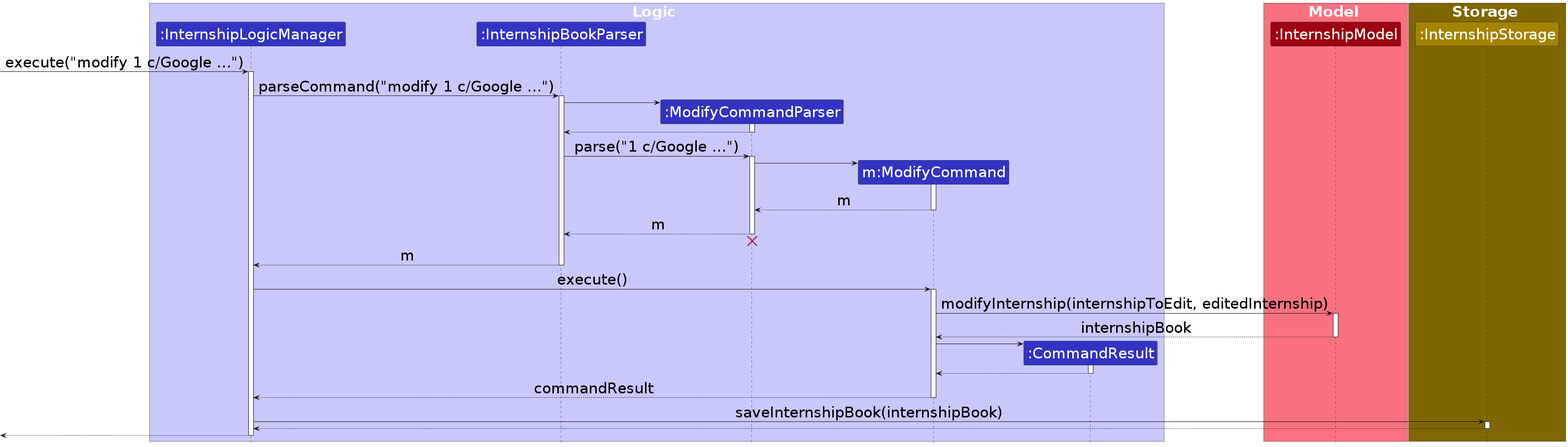
Earlier version of the PlantUML export diagrams/ModifySequenceDiagram.png (AY2324S1-CS2103T-W17-1/tp). Its source is kept beside it as diagrams/ModifySequenceDiagram.puml.
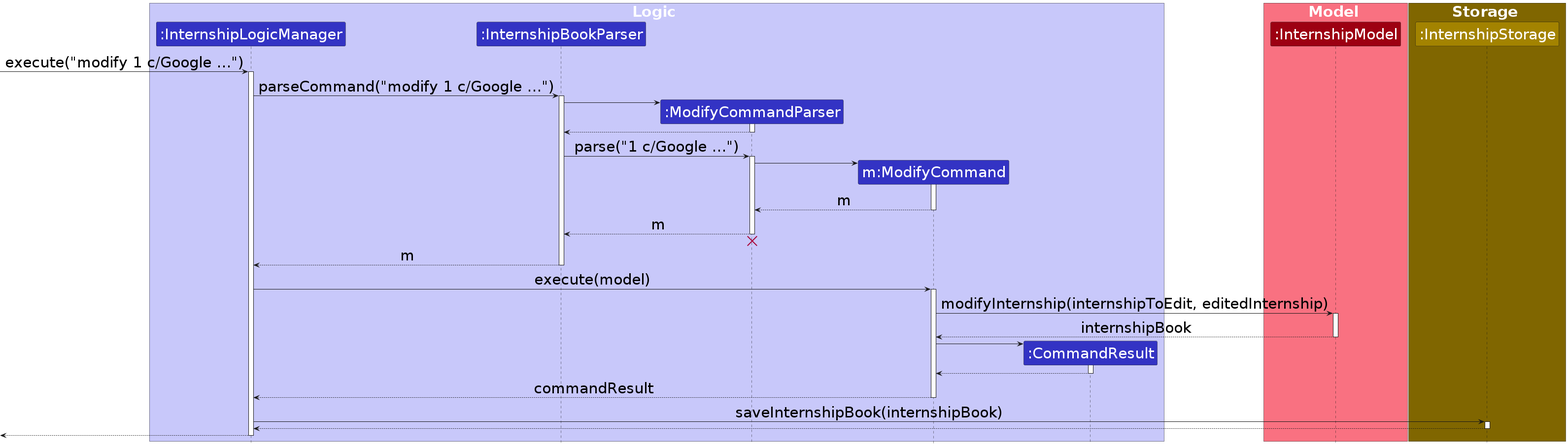
The same diagram one commit later.

Diff of the diagram source:
```diff
@@ -50,7 +50,7 @@
 InternshipBookParser --> InternshipLogicManager : m
 deactivate InternshipBookParser
 
-InternshipLogicManager -> ModifyCommand : execute()
+InternshipLogicManager -> ModifyCommand : execute(model)
 activate ModifyCommand
 
 ModifyCommand -> InternshipModel : modifyInternship(internshipToEdit, editedInternship)
```
